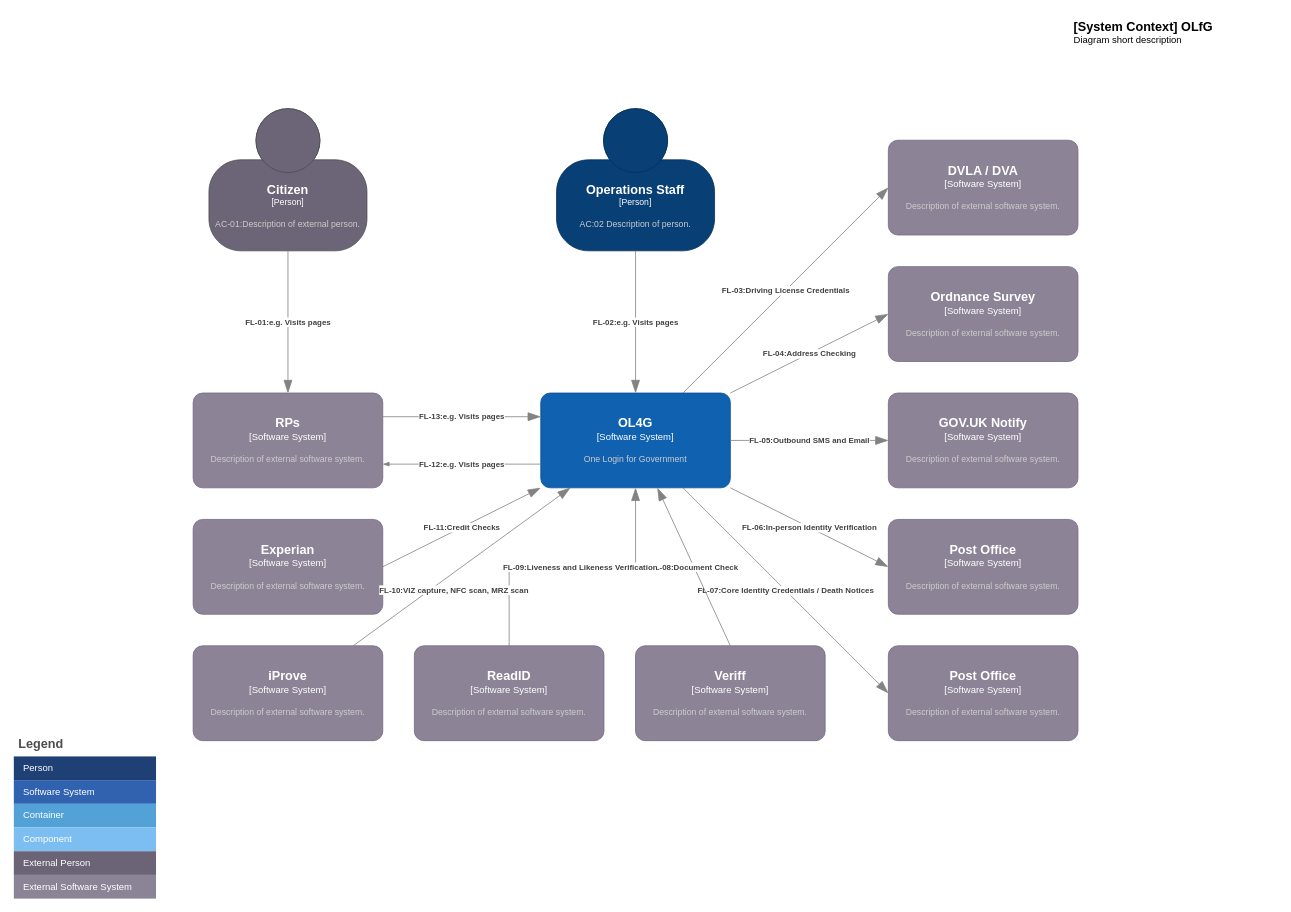
Earlier version of the draw.io diagram OLfG ESA C4 Context View.drawio (Jim-Sweeting/Drawio). Source tidied: cells renumbered, new cells numbered last; positions are measured from the earlier drawing's top-left corner, leaving out a move shared by most shapes. Both pictures are drawn from the tidied source at 79%, with x=0, y=0 at pixel (13, 13).
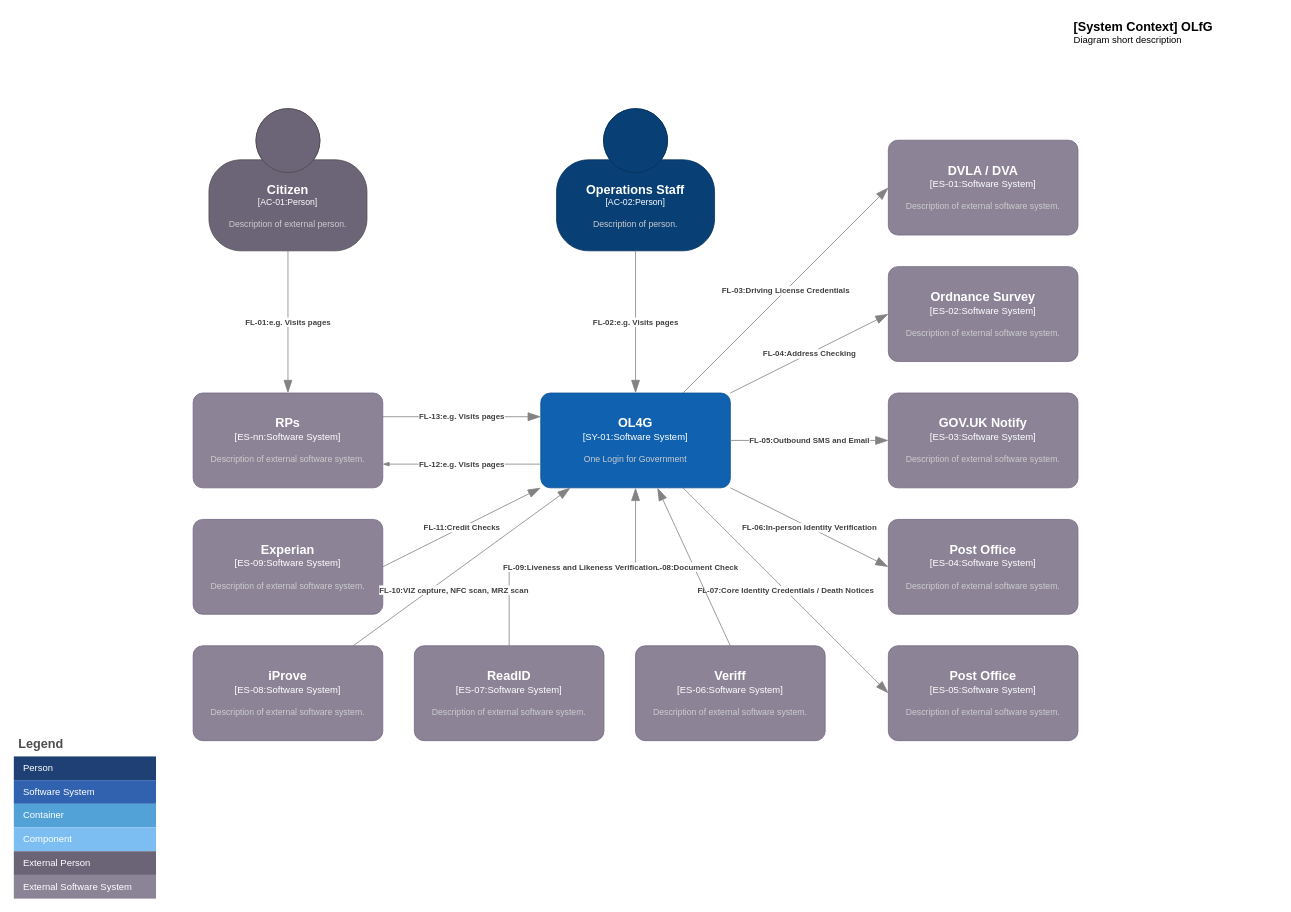
The same diagram, later.

What changed in the source:
```diff
@@
-    <object id="2" label="&lt;font style=&quot;font-size: 16px&quot;&gt;&lt;b&gt;%c4Name%&lt;/b&gt;&lt;/font&gt;&lt;div&gt;[%c4Type%]&lt;/div&gt;&lt;br&gt;&lt;div&gt;&lt;font style=&quot;font-size: 11px&quot;&gt;&lt;font color=&quot;#cccccc&quot;&gt;%c4Description%&lt;/font&gt;&lt;/div&gt;" c4Description="AC:02 Description of person." c4Name="Operations Staff" c4Type="Person" placeholders="1">
+    <object id="2" label="&lt;font style=&quot;font-size: 16px&quot;&gt;&lt;b&gt;%c4Name%&lt;/b&gt;&lt;/font&gt;&lt;div&gt;[%c4Type%]&lt;/div&gt;&lt;br&gt;&lt;div&gt;&lt;font style=&quot;font-size: 11px&quot;&gt;&lt;font color=&quot;#cccccc&quot;&gt;%c4Description%&lt;/font&gt;&lt;/div&gt;" c4Description="Description of person." c4Name="Operations Staff" c4Type="AC-02:Person" placeholders="1">
       <mxCell style="html=1;fontSize=11;dashed=0;whiteSpace=wrap;fillColor=#083F75;strokeColor=#06315C;fontColor=#ffffff;shape=mxgraph.c4.person2;align=center;points=[[0.5,0,0],[1,0.5,0],[1,0.75,0],[0.75,1,0],[0.5,1,0],[0.25,1,0],[0,0.75,0],[0,0.5,0]];" parent="1" vertex="1">
         <mxGeometry x="687" y="120" width="200" height="180" as="geometry" />
       </mxCell>
     </object>
-    <object id="3" label="&lt;font style=&quot;font-size: 16px&quot;&gt;&lt;b&gt;%c4Name%&lt;/b&gt;&lt;/font&gt;&lt;div&gt;[%c4Type%]&lt;/div&gt;&lt;br&gt;&lt;div&gt;&lt;font style=&quot;font-size: 11px&quot;&gt;&lt;font color=&quot;#cccccc&quot;&gt;%c4Description%&lt;/font&gt;&lt;/div&gt;" c4Description="AC-01:Description of external person." c4Name="Citizen" c4Type="Person" placeholders="1">
+    <object id="3" label="&lt;font style=&quot;font-size: 16px&quot;&gt;&lt;b&gt;%c4Name%&lt;/b&gt;&lt;/font&gt;&lt;div&gt;[%c4Type%]&lt;/div&gt;&lt;br&gt;&lt;div&gt;&lt;font style=&quot;font-size: 11px&quot;&gt;&lt;font color=&quot;#cccccc&quot;&gt;%c4Description%&lt;/font&gt;&lt;/div&gt;" c4Description="Description of external person." c4Name="Citizen" c4Type="AC-01:Person" placeholders="1">
       <mxCell style="html=1;fontSize=11;dashed=0;whiteSpace=wrap;fillColor=#6C6477;strokeColor=#4D4D4D;fontColor=#ffffff;shape=mxgraph.c4.person2;align=center;points=[[0.5,0,0],[1,0.5,0],[1,0.75,0],[0.75,1,0],[0.5,1,0],[0.25,1,0],[0,0.75,0],[0,0.5,0]];" parent="1" vertex="1">
         <mxGeometry x="247" y="120" width="200" height="180" as="geometry" />
       </mxCell>
     </object>
-    <object id="4" label="&lt;font style=&quot;font-size: 16px&quot;&gt;&lt;b&gt;%c4Name%&lt;/b&gt;&lt;/font&gt;&lt;div&gt;[%c4Type%]&lt;/div&gt;&lt;br&gt;&lt;div&gt;&lt;font style=&quot;font-size: 11px&quot;&gt;&lt;font color=&quot;#cccccc&quot;&gt;%c4Description%&lt;/font&gt;&lt;/div&gt;" c4Description="One Login for Government" c4Name="OL4G" c4Type="Software System" placeholders="1">
+    <object id="4" label="&lt;font style=&quot;font-size: 16px&quot;&gt;&lt;b&gt;%c4Name%&lt;/b&gt;&lt;/font&gt;&lt;div&gt;[%c4Type%]&lt;/div&gt;&lt;br&gt;&lt;div&gt;&lt;font style=&quot;font-size: 11px&quot;&gt;&lt;font color=&quot;#cccccc&quot;&gt;%c4Description%&lt;/font&gt;&lt;/div&gt;" c4Description="One Login for Government" c4Name="OL4G" c4Type="SY-01:Software System" placeholders="1">
       <mxCell style="rounded=1;whiteSpace=wrap;html=1;labelBackgroundColor=none;fillColor=#1061B0;fontColor=#ffffff;align=center;arcSize=10;strokeColor=#0D5091;points=[[0.25,0,0],[0.5,0,0],[0.75,0,0],[1,0.25,0],[1,0.5,0],[1,0.75,0],[0.75,1,0],[0.5,1,0],[0.25,1,0],[0,0.75,0],[0,0.5,0],[0,0.25,0]];" parent="1" vertex="1">
         <mxGeometry x="667" y="480" width="240" height="120" as="geometry" />
       </mxCell>
     </object>
@@
-    <object id="21" label="&lt;font style=&quot;font-size: 16px&quot;&gt;&lt;b&gt;%c4Name%&lt;/b&gt;&lt;/font&gt;&lt;div&gt;[%c4Type%]&lt;/div&gt;&lt;br&gt;&lt;div&gt;&lt;font style=&quot;font-size: 11px&quot;&gt;&lt;font color=&quot;#cccccc&quot;&gt;%c4Description%&lt;/font&gt;&lt;/div&gt;" c4Description="Description of external software system." c4Name="RPs" c4Type="Software System" placeholders="1">
+    <object id="21" label="&lt;font style=&quot;font-size: 16px&quot;&gt;&lt;b&gt;%c4Name%&lt;/b&gt;&lt;/font&gt;&lt;div&gt;[%c4Type%]&lt;/div&gt;&lt;br&gt;&lt;div&gt;&lt;font style=&quot;font-size: 11px&quot;&gt;&lt;font color=&quot;#cccccc&quot;&gt;%c4Description%&lt;/font&gt;&lt;/div&gt;" c4Description="Description of external software system." c4Name="RPs" c4Type="ES-nn:Software System" placeholders="1">
       <mxCell style="rounded=1;whiteSpace=wrap;html=1;labelBackgroundColor=none;fillColor=#8C8496;fontColor=#ffffff;align=center;arcSize=10;strokeColor=#736782;points=[[0.25,0,0],[0.5,0,0],[0.75,0,0],[1,0.25,0],[1,0.5,0],[1,0.75,0],[0.75,1,0],[0.5,1,0],[0.25,1,0],[0,0.75,0],[0,0.5,0],[0,0.25,0]];" parent="1" vertex="1">
         <mxGeometry x="227" y="480" width="240" height="120" as="geometry" />
       </mxCell>
     </object>
@@
-    <object id="24" label="&lt;font style=&quot;font-size: 16px&quot;&gt;&lt;b&gt;%c4Name%&lt;/b&gt;&lt;/font&gt;&lt;div&gt;[%c4Type%]&lt;/div&gt;&lt;br&gt;&lt;div&gt;&lt;font style=&quot;font-size: 11px&quot;&gt;&lt;font color=&quot;#cccccc&quot;&gt;%c4Description%&lt;/font&gt;&lt;/div&gt;" c4Description="Description of external software system." c4Name="GOV.UK Notify" c4Type="Software System" placeholders="1">
+    <object id="24" label="&lt;font style=&quot;font-size: 16px&quot;&gt;&lt;b&gt;%c4Name%&lt;/b&gt;&lt;/font&gt;&lt;div&gt;[%c4Type%]&lt;/div&gt;&lt;br&gt;&lt;div&gt;&lt;font style=&quot;font-size: 11px&quot;&gt;&lt;font color=&quot;#cccccc&quot;&gt;%c4Description%&lt;/font&gt;&lt;/div&gt;" c4Description="Description of external software system." c4Name="GOV.UK Notify" c4Type="ES-03:Software System" placeholders="1">
       <mxCell style="rounded=1;whiteSpace=wrap;html=1;labelBackgroundColor=none;fillColor=#8C8496;fontColor=#ffffff;align=center;arcSize=10;strokeColor=#736782;points=[[0.25,0,0],[0.5,0,0],[0.75,0,0],[1,0.25,0],[1,0.5,0],[1,0.75,0],[0.75,1,0],[0.5,1,0],[0.25,1,0],[0,0.75,0],[0,0.5,0],[0,0.25,0]];" parent="1" vertex="1">
         <mxGeometry x="1107" y="480" width="240" height="120" as="geometry" />
       </mxCell>
     </object>
@@
-    <object id="26" label="&lt;font style=&quot;font-size: 16px&quot;&gt;&lt;b&gt;%c4Name%&lt;/b&gt;&lt;/font&gt;&lt;div&gt;[%c4Type%]&lt;/div&gt;&lt;br&gt;&lt;div&gt;&lt;font style=&quot;font-size: 11px&quot;&gt;&lt;font color=&quot;#cccccc&quot;&gt;%c4Description%&lt;/font&gt;&lt;/div&gt;" c4Description="Description of external software system." c4Name="Ordnance Survey" c4Type="Software System" placeholders="1">
+    <object id="26" label="&lt;font style=&quot;font-size: 16px&quot;&gt;&lt;b&gt;%c4Name%&lt;/b&gt;&lt;/font&gt;&lt;div&gt;[%c4Type%]&lt;/div&gt;&lt;br&gt;&lt;div&gt;&lt;font style=&quot;font-size: 11px&quot;&gt;&lt;font color=&quot;#cccccc&quot;&gt;%c4Description%&lt;/font&gt;&lt;/div&gt;" c4Description="Description of external software system." c4Name="Ordnance Survey" c4Type="ES-02:Software System" placeholders="1">
       <mxCell style="rounded=1;whiteSpace=wrap;html=1;labelBackgroundColor=none;fillColor=#8C8496;fontColor=#ffffff;align=center;arcSize=10;strokeColor=#736782;points=[[0.25,0,0],[0.5,0,0],[0.75,0,0],[1,0.25,0],[1,0.5,0],[1,0.75,0],[0.75,1,0],[0.5,1,0],[0.25,1,0],[0,0.75,0],[0,0.5,0],[0,0.25,0]];" parent="1" vertex="1">
         <mxGeometry x="1107" y="320" width="240" height="120" as="geometry" />
       </mxCell>
     </object>
@@
-    <object id="28" label="&lt;font style=&quot;font-size: 16px&quot;&gt;&lt;b&gt;%c4Name%&lt;/b&gt;&lt;/font&gt;&lt;div&gt;[%c4Type%]&lt;/div&gt;&lt;br&gt;&lt;div&gt;&lt;font style=&quot;font-size: 11px&quot;&gt;&lt;font color=&quot;#cccccc&quot;&gt;%c4Description%&lt;/font&gt;&lt;/div&gt;" c4Description="Description of external software system." c4Name="Post Office" c4Type="Software System" placeholders="1">
+    <object id="28" label="&lt;font style=&quot;font-size: 16px&quot;&gt;&lt;b&gt;%c4Name%&lt;/b&gt;&lt;/font&gt;&lt;div&gt;[%c4Type%]&lt;/div&gt;&lt;br&gt;&lt;div&gt;&lt;font style=&quot;font-size: 11px&quot;&gt;&lt;font color=&quot;#cccccc&quot;&gt;%c4Description%&lt;/font&gt;&lt;/div&gt;" c4Description="Description of external software system." c4Name="Post Office" c4Type="ES-04:Software System" placeholders="1">
       <mxCell style="rounded=1;whiteSpace=wrap;html=1;labelBackgroundColor=none;fillColor=#8C8496;fontColor=#ffffff;align=center;arcSize=10;strokeColor=#736782;points=[[0.25,0,0],[0.5,0,0],[0.75,0,0],[1,0.25,0],[1,0.5,0],[1,0.75,0],[0.75,1,0],[0.5,1,0],[0.25,1,0],[0,0.75,0],[0,0.5,0],[0,0.25,0]];" parent="1" vertex="1">
         <mxGeometry x="1107" y="640" width="240" height="120" as="geometry" />
       </mxCell>
     </object>
@@
-    <object id="30" label="&lt;font style=&quot;font-size: 16px&quot;&gt;&lt;b&gt;%c4Name%&lt;/b&gt;&lt;/font&gt;&lt;div&gt;[%c4Type%]&lt;/div&gt;&lt;br&gt;&lt;div&gt;&lt;font style=&quot;font-size: 11px&quot;&gt;&lt;font color=&quot;#cccccc&quot;&gt;%c4Description%&lt;/font&gt;&lt;/div&gt;" c4Description="Description of external software system." c4Name="Post Office" c4Type="Software System" placeholders="1">
+    <object id="30" label="&lt;font style=&quot;font-size: 16px&quot;&gt;&lt;b&gt;%c4Name%&lt;/b&gt;&lt;/font&gt;&lt;div&gt;[%c4Type%]&lt;/div&gt;&lt;br&gt;&lt;div&gt;&lt;font style=&quot;font-size: 11px&quot;&gt;&lt;font color=&quot;#cccccc&quot;&gt;%c4Description%&lt;/font&gt;&lt;/div&gt;" c4Description="Description of external software system." c4Name="Post Office" c4Type="ES-05:Software System" placeholders="1">
       <mxCell style="rounded=1;whiteSpace=wrap;html=1;labelBackgroundColor=none;fillColor=#8C8496;fontColor=#ffffff;align=center;arcSize=10;strokeColor=#736782;points=[[0.25,0,0],[0.5,0,0],[0.75,0,0],[1,0.25,0],[1,0.5,0],[1,0.75,0],[0.75,1,0],[0.5,1,0],[0.25,1,0],[0,0.75,0],[0,0.5,0],[0,0.25,0]];" parent="1" vertex="1">
         <mxGeometry x="1107" y="800" width="240" height="120" as="geometry" />
       </mxCell>
     </object>
@@
-    <object id="32" label="&lt;font style=&quot;font-size: 16px&quot;&gt;&lt;b&gt;%c4Name%&lt;/b&gt;&lt;/font&gt;&lt;div&gt;[%c4Type%]&lt;/div&gt;&lt;br&gt;&lt;div&gt;&lt;font style=&quot;font-size: 11px&quot;&gt;&lt;font color=&quot;#cccccc&quot;&gt;%c4Description%&lt;/font&gt;&lt;/div&gt;" c4Description="Description of external software system." c4Name="DVLA / DVA" c4Type="Software System" placeholders="1">
-      <mxCell style="rounded=1;whiteSpace=wrap;html=1;labelBackgroundColor=none;fillColor=#8C8496;fontColor=#ffffff;align=center;arcSize=10;strokeColor=#736782;points=[[0.25,0,0],[0.5,0,0],[0.75,0,0],[1,0.25,0],[1,0.5,0],[1,0.75,0],[0.75,1,0],[0.5,1,0],[0.25,1,0],[0,0.75,0],[0,0.5,0],[0,0.25,0]];" parent="1" vertex="1">
+    <object id="32" label="&lt;font style=&quot;font-size: 16px&quot;&gt;&lt;b&gt;%c4Name%&lt;/b&gt;&lt;/font&gt;&lt;div&gt;[%c4Type%]&lt;/div&gt;&lt;br&gt;&lt;div&gt;&lt;font style=&quot;font-size: 11px&quot;&gt;&lt;font color=&quot;#cccccc&quot;&gt;%c4Description%&lt;/font&gt;&lt;/div&gt;" c4Description="Description of external software system." c4Name="DVLA / DVA" c4Type="ES-01:Software System" placeholders="1">
+      <mxCell style="rounded=1;whiteSpace=wrap;html=1;labelBackgroundColor=none;fillColor=#8C8496;fontColor=#ffffff;align=center;arcSize=10;strokeColor=#736782;points=[[0.25,0,0],[0.5,0,0],[0.75,0,0],[1,0.25,0],[1,0.5,0],[1,0.75,0],[0.75,1,0],[0.5,1,0],[0.25,1,0],[0,0.75,0],[0,0.5,0],[0,0.25,0]];noLabel=0;movableLabel=0;imageAspect=1;" parent="1" vertex="1">
         <mxGeometry x="1107" y="160" width="240" height="120" as="geometry" />
       </mxCell>
     </object>
@@
-    <object id="34" label="&lt;font style=&quot;font-size: 16px&quot;&gt;&lt;b&gt;%c4Name%&lt;/b&gt;&lt;/font&gt;&lt;div&gt;[%c4Type%]&lt;/div&gt;&lt;br&gt;&lt;div&gt;&lt;font style=&quot;font-size: 11px&quot;&gt;&lt;font color=&quot;#cccccc&quot;&gt;%c4Description%&lt;/font&gt;&lt;/div&gt;" c4Description="Description of external software system." c4Name="Experian" c4Type="Software System" placeholders="1">
+    <object id="34" label="&lt;font style=&quot;font-size: 16px&quot;&gt;&lt;b&gt;%c4Name%&lt;/b&gt;&lt;/font&gt;&lt;div&gt;[%c4Type%]&lt;/div&gt;&lt;br&gt;&lt;div&gt;&lt;font style=&quot;font-size: 11px&quot;&gt;&lt;font color=&quot;#cccccc&quot;&gt;%c4Description%&lt;/font&gt;&lt;/div&gt;" c4Description="Description of external software system." c4Name="Experian" c4Type="ES-09:Software System" placeholders="1">
       <mxCell style="rounded=1;whiteSpace=wrap;html=1;labelBackgroundColor=none;fillColor=#8C8496;fontColor=#ffffff;align=center;arcSize=10;strokeColor=#736782;points=[[0.25,0,0],[0.5,0,0],[0.75,0,0],[1,0.25,0],[1,0.5,0],[1,0.75,0],[0.75,1,0],[0.5,1,0],[0.25,1,0],[0,0.75,0],[0,0.5,0],[0,0.25,0]];" parent="1" vertex="1">
         <mxGeometry x="227" y="640" width="240" height="120" as="geometry" />
       </mxCell>
     </object>
@@
-    <object id="36" label="&lt;font style=&quot;font-size: 16px&quot;&gt;&lt;b&gt;%c4Name%&lt;/b&gt;&lt;/font&gt;&lt;div&gt;[%c4Type%]&lt;/div&gt;&lt;br&gt;&lt;div&gt;&lt;font style=&quot;font-size: 11px&quot;&gt;&lt;font color=&quot;#cccccc&quot;&gt;%c4Description%&lt;/font&gt;&lt;/div&gt;" c4Description="Description of external software system." c4Name="iProve" c4Type="Software System" placeholders="1">
+    <object id="36" label="&lt;font style=&quot;font-size: 16px&quot;&gt;&lt;b&gt;%c4Name%&lt;/b&gt;&lt;/font&gt;&lt;div&gt;[%c4Type%]&lt;/div&gt;&lt;br&gt;&lt;div&gt;&lt;font style=&quot;font-size: 11px&quot;&gt;&lt;font color=&quot;#cccccc&quot;&gt;%c4Description%&lt;/font&gt;&lt;/div&gt;" c4Description="Description of external software system." c4Name="iProve" c4Type="ES-08:Software System" placeholders="1">
       <mxCell style="rounded=1;whiteSpace=wrap;html=1;labelBackgroundColor=none;fillColor=#8C8496;fontColor=#ffffff;align=center;arcSize=10;strokeColor=#736782;points=[[0.25,0,0],[0.5,0,0],[0.75,0,0],[1,0.25,0],[1,0.5,0],[1,0.75,0],[0.75,1,0],[0.5,1,0],[0.25,1,0],[0,0.75,0],[0,0.5,0],[0,0.25,0]];" parent="1" vertex="1">
         <mxGeometry x="227" y="800" width="240" height="120" as="geometry" />
       </mxCell>
     </object>
-    <object id="37" label="&lt;font style=&quot;font-size: 16px&quot;&gt;&lt;b&gt;%c4Name%&lt;/b&gt;&lt;/font&gt;&lt;div&gt;[%c4Type%]&lt;/div&gt;&lt;br&gt;&lt;div&gt;&lt;font style=&quot;font-size: 11px&quot;&gt;&lt;font color=&quot;#cccccc&quot;&gt;%c4Description%&lt;/font&gt;&lt;/div&gt;" c4Description="Description of external software system." c4Name="ReadID" c4Type="Software System" placeholders="1">
+    <object id="37" label="&lt;font style=&quot;font-size: 16px&quot;&gt;&lt;b&gt;%c4Name%&lt;/b&gt;&lt;/font&gt;&lt;div&gt;[%c4Type%]&lt;/div&gt;&lt;br&gt;&lt;div&gt;&lt;font style=&quot;font-size: 11px&quot;&gt;&lt;font color=&quot;#cccccc&quot;&gt;%c4Description%&lt;/font&gt;&lt;/div&gt;" c4Description="Description of external software system." c4Name="ReadID" c4Type="ES-07:Software System" placeholders="1">
       <mxCell style="rounded=1;whiteSpace=wrap;html=1;labelBackgroundColor=none;fillColor=#8C8496;fontColor=#ffffff;align=center;arcSize=10;strokeColor=#736782;points=[[0.25,0,0],[0.5,0,0],[0.75,0,0],[1,0.25,0],[1,0.5,0],[1,0.75,0],[0.75,1,0],[0.5,1,0],[0.25,1,0],[0,0.75,0],[0,0.5,0],[0,0.25,0]];" parent="1" vertex="1">
         <mxGeometry x="507" y="800" width="240" height="120" as="geometry" />
       </mxCell>
     </object>
-    <object id="38" label="&lt;font style=&quot;font-size: 16px&quot;&gt;&lt;b&gt;%c4Name%&lt;/b&gt;&lt;/font&gt;&lt;div&gt;[%c4Type%]&lt;/div&gt;&lt;br&gt;&lt;div&gt;&lt;font style=&quot;font-size: 11px&quot;&gt;&lt;font color=&quot;#cccccc&quot;&gt;%c4Description%&lt;/font&gt;&lt;/div&gt;" c4Description="Description of external software system." c4Name="Veriff" c4Type="Software System" placeholders="1">
+    <object id="38" label="&lt;font style=&quot;font-size: 16px&quot;&gt;&lt;b&gt;%c4Name%&lt;/b&gt;&lt;/font&gt;&lt;div&gt;[%c4Type%]&lt;/div&gt;&lt;br&gt;&lt;div&gt;&lt;font style=&quot;font-size: 11px&quot;&gt;&lt;font color=&quot;#cccccc&quot;&gt;%c4Description%&lt;/font&gt;&lt;/div&gt;" c4Description="Description of external software system." c4Name="Veriff" c4Type="ES-06:Software System" placeholders="1">
       <mxCell style="rounded=1;whiteSpace=wrap;html=1;labelBackgroundColor=none;fillColor=#8C8496;fontColor=#ffffff;align=center;arcSize=10;strokeColor=#736782;points=[[0.25,0,0],[0.5,0,0],[0.75,0,0],[1,0.25,0],[1,0.5,0],[1,0.75,0],[0.75,1,0],[0.5,1,0],[0.25,1,0],[0,0.75,0],[0,0.5,0],[0,0.25,0]];" parent="1" vertex="1">
         <mxGeometry x="787" y="800" width="240" height="120" as="geometry" />
       </mxCell>
     </object>
```
